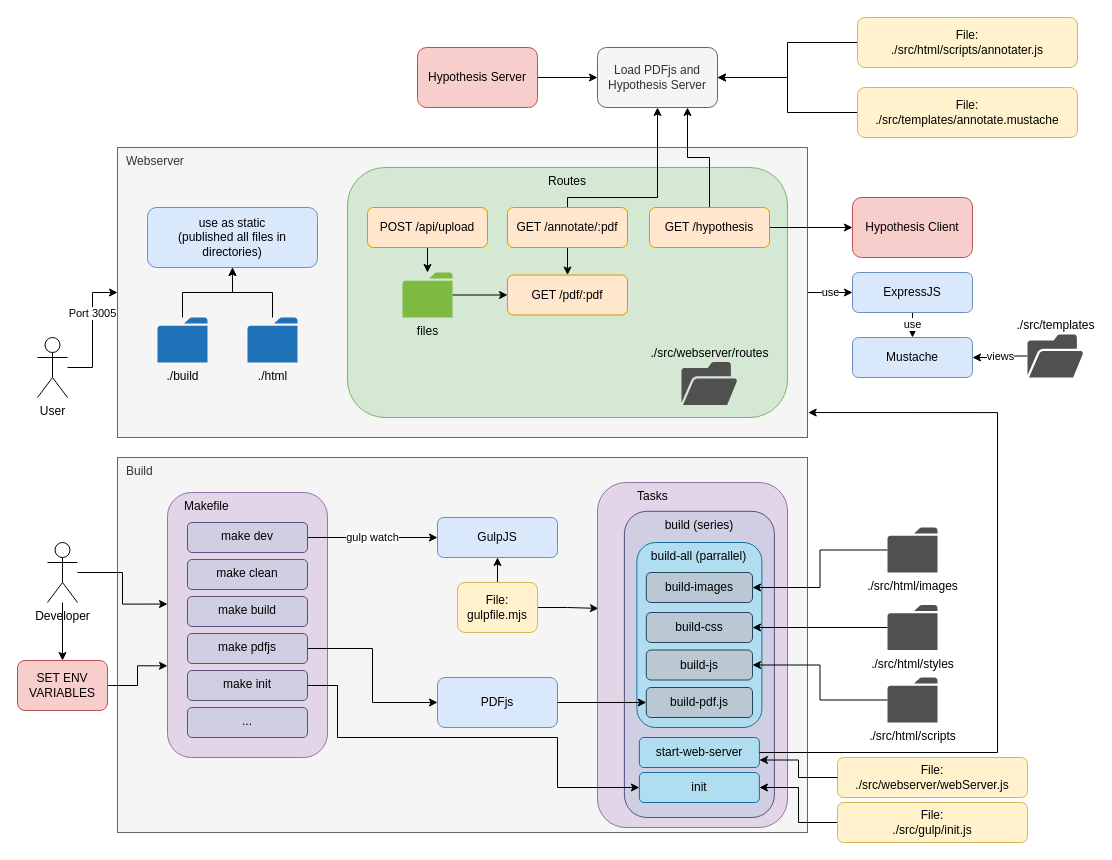
Earlier version of the draw.io diagram page "Content Server" (1 of 3) of content-server/docs/architecture.drawio (UKPLab/CARE). Source tidied: cells renumbered, new cells numbered last; positions are measured from the earlier drawing's top-left corner, leaving out a move shared by most shapes. Both pictures are drawn from the tidied source at 100%, with x=0, y=0 at pixel (17, 17).
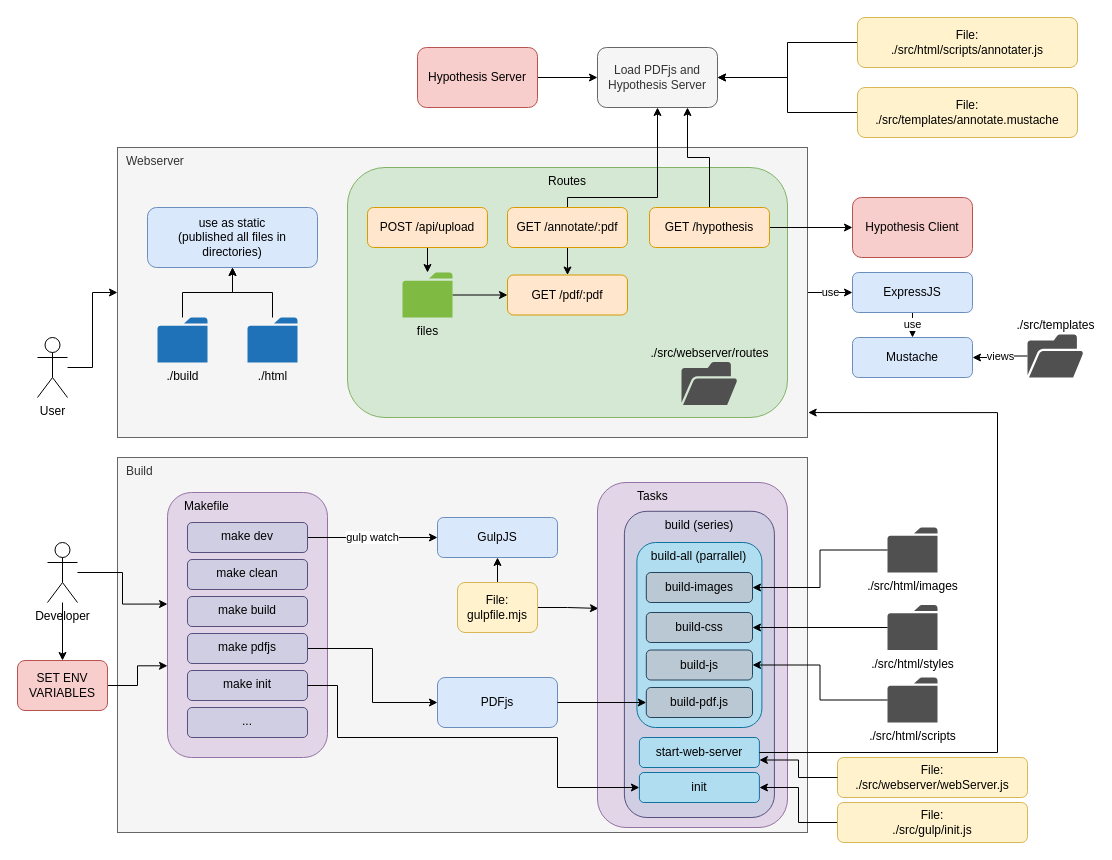
After the change.

Unchanged cells that the change refers to:
```xml
<mxCell id="28" style="edgeStyle=orthogonalEdgeStyle;rounded=0;jettySize=auto;html=1;entryX=0;entryY=0.5;entryDx=0;entryDy=0;" parent="1" edge="1" source="3" target="5">
  <mxGeometry relative="1" as="geometry" />
</mxCell>
```

What changed in the source:
```diff
@@
-    <mxCell id="29" value="Port 3005" style="edgeLabel;html=1;align=center;verticalAlign=middle;" parent="28" vertex="1">
-      <mxGeometry x="0.3" y="1" relative="1" as="geometry">
-        <mxPoint y="1" as="offset" />
-      </mxGeometry>
-    </mxCell>
```
